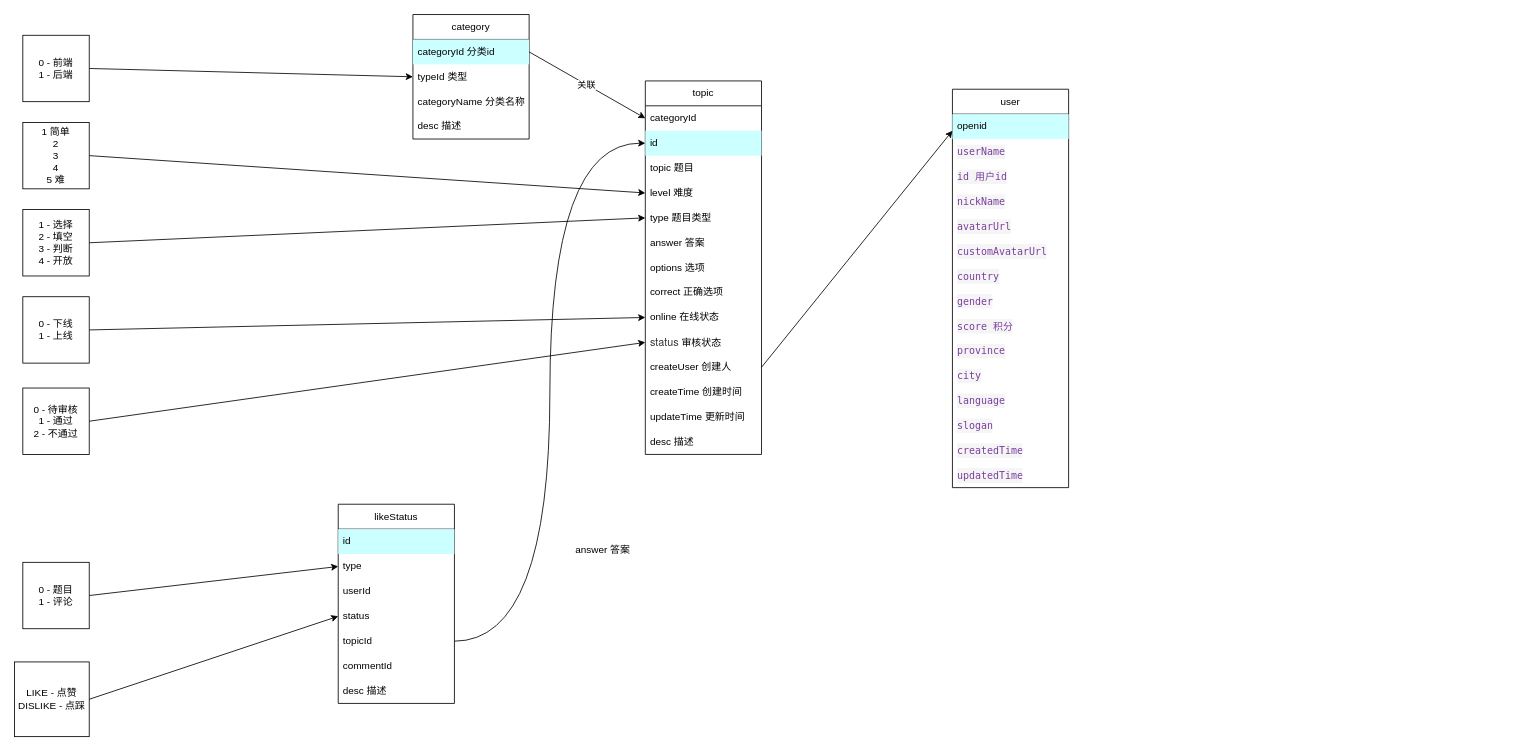
Above: dataModel/model.dio in a835100635/face_server (draw.io), before the change. Source tidied: cells renumbered, new cells numbered last; positions are measured from the earlier drawing's top-left corner, leaving out a move shared by most shapes. Both pictures are drawn from the tidied source at 83%, with x=0, y=0 at pixel (14, 14).
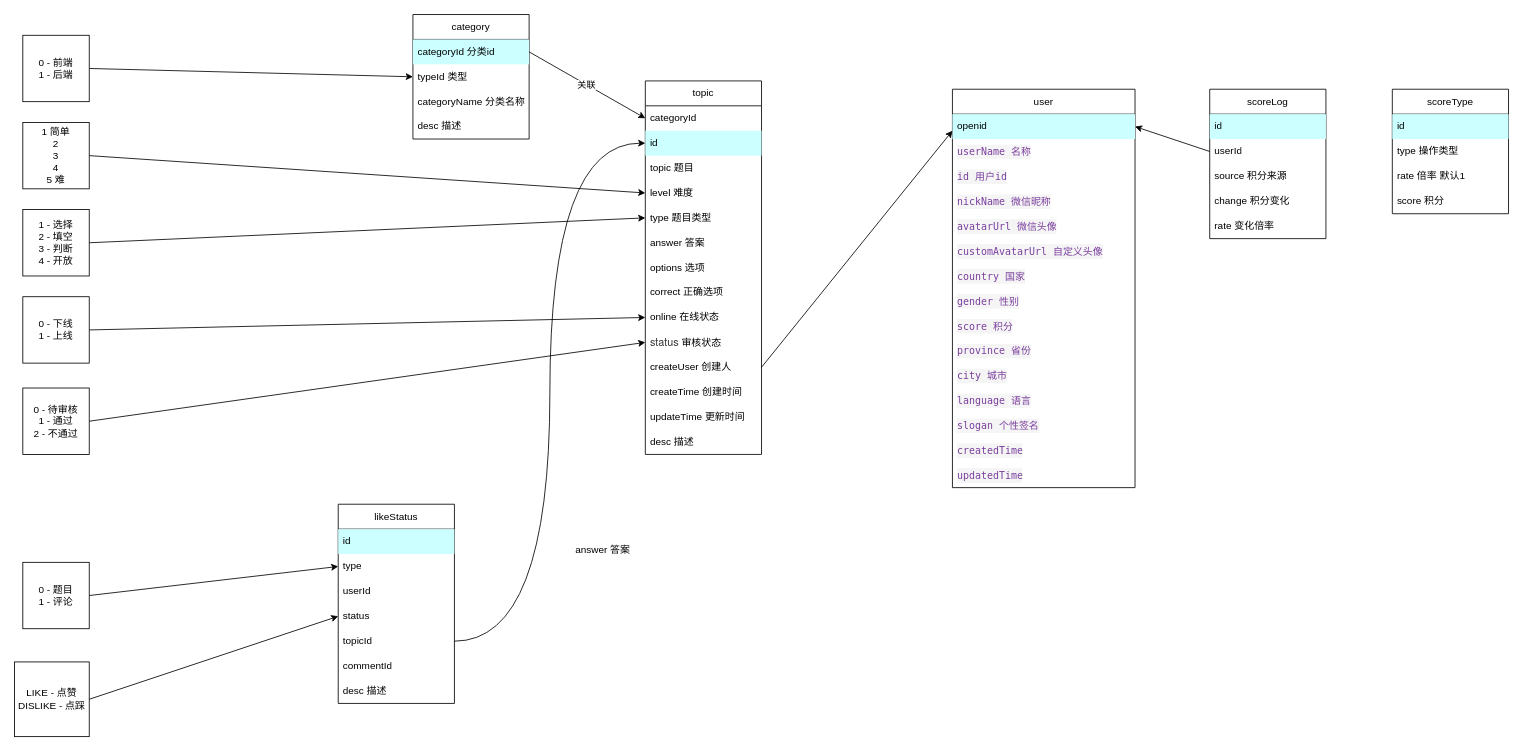
The same diagram, later.

Diff of the diagram source:
```diff
@@
     <mxCell id="48" value="user" style="swimlane;fontStyle=0;horizontal=1;startSize=30;whiteSpace=wrap;html=1;" parent="1" vertex="1">
-      <mxGeometry x="1130" y="90" width="140" height="480" as="geometry" />
+      <mxGeometry x="1130" y="90" width="220" height="480" as="geometry" />
     </mxCell>
     <mxCell id="49" value="openid" style="text;strokeColor=none;fillColor=#CCFFFF;align=left;verticalAlign=middle;spacingLeft=4;spacingRight=4;overflow=hidden;points=[[0,0.5],[1,0.5]];portConstraint=eastwest;whiteSpace=wrap;html=1;" parent="48" vertex="1">
-      <mxGeometry y="30" width="140" height="30" as="geometry" />
+      <mxGeometry y="30" width="220" height="30" as="geometry" />
     </mxCell>
-    <mxCell id="50" value="&lt;div style=&quot;color: rgb(51, 51, 51); background-color: rgb(245, 245, 245); font-family: &amp;quot;JetBrains Mono&amp;quot;, Menlo, Monaco, &amp;quot;Courier New&amp;quot;, monospace, Menlo, Monaco, &amp;quot;Courier New&amp;quot;, monospace; line-height: 18px;&quot;&gt;&lt;span style=&quot;color: #7a3e9d;&quot;&gt;userName&lt;/span&gt;&lt;/div&gt;" style="text;strokeColor=none;fillColor=none;align=left;verticalAlign=middle;spacingLeft=4;spacingRight=4;overflow=hidden;whiteSpace=wrap;html=1;" parent="48" vertex="1">
-      <mxGeometry y="60" width="140" height="30" as="geometry" />
+    <mxCell id="50" value="&lt;div style=&quot;color: rgb(51, 51, 51); background-color: rgb(245, 245, 245); font-family: &amp;quot;JetBrains Mono&amp;quot;, Menlo, Monaco, &amp;quot;Courier New&amp;quot;, monospace, Menlo, Monaco, &amp;quot;Courier New&amp;quot;, monospace; line-height: 18px;&quot;&gt;&lt;span style=&quot;color: #7a3e9d;&quot;&gt;userName 名称&lt;/span&gt;&lt;/div&gt;" style="text;strokeColor=none;fillColor=none;align=left;verticalAlign=middle;spacingLeft=4;spacingRight=4;overflow=hidden;whiteSpace=wrap;html=1;" parent="48" vertex="1">
+      <mxGeometry y="60" width="220" height="30" as="geometry" />
     </mxCell>
     <mxCell id="51" value="&lt;div style=&quot;background-color: rgb(245, 245, 245); font-family: &amp;quot;JetBrains Mono&amp;quot;, Menlo, Monaco, &amp;quot;Courier New&amp;quot;, monospace, Menlo, Monaco, &amp;quot;Courier New&amp;quot;, monospace; line-height: 18px;&quot;&gt;&lt;font color=&quot;#7a3e9d&quot;&gt;id 用户id&lt;/font&gt;&lt;/div&gt;" style="text;strokeColor=none;fillColor=none;align=left;verticalAlign=middle;spacingLeft=4;spacingRight=4;overflow=hidden;whiteSpace=wrap;html=1;" parent="48" vertex="1">
-      <mxGeometry y="90" width="140" height="30" as="geometry" />
+      <mxGeometry y="90" width="220" height="30" as="geometry" />
     </mxCell>
-    <mxCell id="52" value="&lt;div style=&quot;color: rgb(51, 51, 51); background-color: rgb(245, 245, 245); font-family: &amp;quot;JetBrains Mono&amp;quot;, Menlo, Monaco, &amp;quot;Courier New&amp;quot;, monospace, Menlo, Monaco, &amp;quot;Courier New&amp;quot;, monospace; line-height: 18px;&quot;&gt;&lt;span style=&quot;color: #7a3e9d;&quot;&gt;nickName&lt;/span&gt;&lt;/div&gt;" style="text;strokeColor=none;fillColor=none;align=left;verticalAlign=middle;spacingLeft=4;spacingRight=4;overflow=hidden;whiteSpace=wrap;html=1;" parent="48" vertex="1">
-      <mxGeometry y="120" width="140" height="30" as="geometry" />
+    <mxCell id="52" value="&lt;div style=&quot;color: rgb(51, 51, 51); background-color: rgb(245, 245, 245); font-family: &amp;quot;JetBrains Mono&amp;quot;, Menlo, Monaco, &amp;quot;Courier New&amp;quot;, monospace, Menlo, Monaco, &amp;quot;Courier New&amp;quot;, monospace; line-height: 18px;&quot;&gt;&lt;span style=&quot;color: #7a3e9d;&quot;&gt;nickName 微信昵称&lt;/span&gt;&lt;/div&gt;" style="text;strokeColor=none;fillColor=none;align=left;verticalAlign=middle;spacingLeft=4;spacingRight=4;overflow=hidden;whiteSpace=wrap;html=1;" parent="48" vertex="1">
+      <mxGeometry y="120" width="220" height="30" as="geometry" />
     </mxCell>
-    <mxCell id="53" value="&lt;div style=&quot;color: rgb(51, 51, 51); background-color: rgb(245, 245, 245); font-family: &amp;quot;JetBrains Mono&amp;quot;, Menlo, Monaco, &amp;quot;Courier New&amp;quot;, monospace, Menlo, Monaco, &amp;quot;Courier New&amp;quot;, monospace; line-height: 18px;&quot;&gt;&lt;span style=&quot;color: #7a3e9d;&quot;&gt;avatarUrl&lt;/span&gt;&lt;/div&gt;" style="text;strokeColor=none;fillColor=none;align=left;verticalAlign=middle;spacingLeft=4;spacingRight=4;overflow=hidden;whiteSpace=wrap;html=1;" parent="48" vertex="1">
-      <mxGeometry y="150" width="140" height="30" as="geometry" />
+    <mxCell id="53" value="&lt;div style=&quot;color: rgb(51, 51, 51); background-color: rgb(245, 245, 245); font-family: &amp;quot;JetBrains Mono&amp;quot;, Menlo, Monaco, &amp;quot;Courier New&amp;quot;, monospace, Menlo, Monaco, &amp;quot;Courier New&amp;quot;, monospace; line-height: 18px;&quot;&gt;&lt;span style=&quot;color: #7a3e9d;&quot;&gt;avatarUrl 微信头像&lt;/span&gt;&lt;/div&gt;" style="text;strokeColor=none;fillColor=none;align=left;verticalAlign=middle;spacingLeft=4;spacingRight=4;overflow=hidden;whiteSpace=wrap;html=1;" parent="48" vertex="1">
+      <mxGeometry y="150" width="220" height="30" as="geometry" />
     </mxCell>
-    <mxCell id="54" value="&lt;div style=&quot;color: rgb(51, 51, 51); background-color: rgb(245, 245, 245); font-family: &amp;quot;JetBrains Mono&amp;quot;, Menlo, Monaco, &amp;quot;Courier New&amp;quot;, monospace, Menlo, Monaco, &amp;quot;Courier New&amp;quot;, monospace; line-height: 18px;&quot;&gt;&lt;div style=&quot;line-height: 18px;&quot;&gt;&lt;span style=&quot;color: #7a3e9d;&quot;&gt;customAvatarUrl&lt;/span&gt;&lt;/div&gt;&lt;/div&gt;" style="text;strokeColor=none;fillColor=none;align=left;verticalAlign=middle;spacingLeft=4;spacingRight=4;overflow=hidden;whiteSpace=wrap;html=1;" parent="48" vertex="1">
-      <mxGeometry y="180" width="140" height="30" as="geometry" />
+    <mxCell id="54" value="&lt;div style=&quot;color: rgb(51, 51, 51); background-color: rgb(245, 245, 245); font-family: &amp;quot;JetBrains Mono&amp;quot;, Menlo, Monaco, &amp;quot;Courier New&amp;quot;, monospace, Menlo, Monaco, &amp;quot;Courier New&amp;quot;, monospace; line-height: 18px;&quot;&gt;&lt;div style=&quot;line-height: 18px;&quot;&gt;&lt;span style=&quot;color: #7a3e9d;&quot;&gt;customAvatarUrl 自定义头像&lt;/span&gt;&lt;/div&gt;&lt;/div&gt;" style="text;strokeColor=none;fillColor=none;align=left;verticalAlign=middle;spacingLeft=4;spacingRight=4;overflow=hidden;whiteSpace=wrap;html=1;" parent="48" vertex="1">
+      <mxGeometry y="180" width="220" height="30" as="geometry" />
     </mxCell>
-    <mxCell id="55" value="&lt;div style=&quot;color: rgb(51, 51, 51); background-color: rgb(245, 245, 245); font-family: &amp;quot;JetBrains Mono&amp;quot;, Menlo, Monaco, &amp;quot;Courier New&amp;quot;, monospace, Menlo, Monaco, &amp;quot;Courier New&amp;quot;, monospace; line-height: 18px;&quot;&gt;&lt;span style=&quot;color: #7a3e9d;&quot;&gt;country&lt;/span&gt;&lt;/div&gt;" style="text;strokeColor=none;fillColor=none;align=left;verticalAlign=middle;spacingLeft=4;spacingRight=4;overflow=hidden;whiteSpace=wrap;html=1;" parent="48" vertex="1">
-      <mxGeometry y="210" width="140" height="30" as="geometry" />
+    <mxCell id="55" value="&lt;div style=&quot;color: rgb(51, 51, 51); background-color: rgb(245, 245, 245); font-family: &amp;quot;JetBrains Mono&amp;quot;, Menlo, Monaco, &amp;quot;Courier New&amp;quot;, monospace, Menlo, Monaco, &amp;quot;Courier New&amp;quot;, monospace; line-height: 18px;&quot;&gt;&lt;span style=&quot;color: #7a3e9d;&quot;&gt;country 国家&lt;/span&gt;&lt;/div&gt;" style="text;strokeColor=none;fillColor=none;align=left;verticalAlign=middle;spacingLeft=4;spacingRight=4;overflow=hidden;whiteSpace=wrap;html=1;" parent="48" vertex="1">
+      <mxGeometry y="210" width="220" height="30" as="geometry" />
     </mxCell>
-    <mxCell id="56" value="&lt;div style=&quot;color: rgb(51, 51, 51); background-color: rgb(245, 245, 245); font-family: &amp;quot;JetBrains Mono&amp;quot;, Menlo, Monaco, &amp;quot;Courier New&amp;quot;, monospace, Menlo, Monaco, &amp;quot;Courier New&amp;quot;, monospace; line-height: 18px;&quot;&gt;&lt;span style=&quot;color: #7a3e9d;&quot;&gt;gender&lt;/span&gt;&lt;/div&gt;" style="text;strokeColor=none;fillColor=none;align=left;verticalAlign=middle;spacingLeft=4;spacingRight=4;overflow=hidden;whiteSpace=wrap;html=1;" parent="48" vertex="1">
-      <mxGeometry y="240" width="140" height="30" as="geometry" />
+    <mxCell id="56" value="&lt;div style=&quot;color: rgb(51, 51, 51); background-color: rgb(245, 245, 245); font-family: &amp;quot;JetBrains Mono&amp;quot;, Menlo, Monaco, &amp;quot;Courier New&amp;quot;, monospace, Menlo, Monaco, &amp;quot;Courier New&amp;quot;, monospace; line-height: 18px;&quot;&gt;&lt;span style=&quot;color: #7a3e9d;&quot;&gt;gender 性别&lt;/span&gt;&lt;/div&gt;" style="text;strokeColor=none;fillColor=none;align=left;verticalAlign=middle;spacingLeft=4;spacingRight=4;overflow=hidden;whiteSpace=wrap;html=1;" parent="48" vertex="1">
+      <mxGeometry y="240" width="220" height="30" as="geometry" />
     </mxCell>
     <mxCell id="57" value="&lt;div style=&quot;background-color: rgb(245, 245, 245); font-family: &amp;quot;JetBrains Mono&amp;quot;, Menlo, Monaco, &amp;quot;Courier New&amp;quot;, monospace, Menlo, Monaco, &amp;quot;Courier New&amp;quot;, monospace; line-height: 18px;&quot;&gt;&lt;font color=&quot;#7a3e9d&quot;&gt;score 积分&lt;/font&gt;&lt;/div&gt;" style="text;strokeColor=none;fillColor=none;align=left;verticalAlign=middle;spacingLeft=4;spacingRight=4;overflow=hidden;whiteSpace=wrap;html=1;" parent="48" vertex="1">
-      <mxGeometry y="270" width="140" height="30" as="geometry" />
+      <mxGeometry y="270" width="220" height="30" as="geometry" />
     </mxCell>
-    <mxCell id="58" value="&lt;div style=&quot;color: rgb(51, 51, 51); background-color: rgb(245, 245, 245); font-family: &amp;quot;JetBrains Mono&amp;quot;, Menlo, Monaco, &amp;quot;Courier New&amp;quot;, monospace, Menlo, Monaco, &amp;quot;Courier New&amp;quot;, monospace; line-height: 18px;&quot;&gt;&lt;span style=&quot;color: #7a3e9d;&quot;&gt;province&lt;/span&gt;&lt;/div&gt;" style="text;strokeColor=none;fillColor=none;align=left;verticalAlign=middle;spacingLeft=4;spacingRight=4;overflow=hidden;whiteSpace=wrap;html=1;" parent="48" vertex="1">
-      <mxGeometry y="300" width="140" height="30" as="geometry" />
+    <mxCell id="58" value="&lt;div style=&quot;color: rgb(51, 51, 51); background-color: rgb(245, 245, 245); font-family: &amp;quot;JetBrains Mono&amp;quot;, Menlo, Monaco, &amp;quot;Courier New&amp;quot;, monospace, Menlo, Monaco, &amp;quot;Courier New&amp;quot;, monospace; line-height: 18px;&quot;&gt;&lt;span style=&quot;color: #7a3e9d;&quot;&gt;province 省份&lt;/span&gt;&lt;/div&gt;" style="text;strokeColor=none;fillColor=none;align=left;verticalAlign=middle;spacingLeft=4;spacingRight=4;overflow=hidden;whiteSpace=wrap;html=1;" parent="48" vertex="1">
+      <mxGeometry y="300" width="220" height="30" as="geometry" />
     </mxCell>
-    <mxCell id="59" value="&lt;div style=&quot;color: rgb(51, 51, 51); background-color: rgb(245, 245, 245); font-family: &amp;quot;JetBrains Mono&amp;quot;, Menlo, Monaco, &amp;quot;Courier New&amp;quot;, monospace, Menlo, Monaco, &amp;quot;Courier New&amp;quot;, monospace; line-height: 18px;&quot;&gt;&lt;span style=&quot;color: #7a3e9d;&quot;&gt;city&lt;/span&gt;&lt;/div&gt;" style="text;strokeColor=none;fillColor=none;align=left;verticalAlign=middle;spacingLeft=4;spacingRight=4;overflow=hidden;whiteSpace=wrap;html=1;" parent="48" vertex="1">
-      <mxGeometry y="330" width="140" height="30" as="geometry" />
+    <mxCell id="59" value="&lt;div style=&quot;background-color: rgb(245, 245, 245); font-family: &amp;quot;JetBrains Mono&amp;quot;, Menlo, Monaco, &amp;quot;Courier New&amp;quot;, monospace, Menlo, Monaco, &amp;quot;Courier New&amp;quot;, monospace; line-height: 18px; color: rgb(51, 51, 51);&quot;&gt;&lt;span style=&quot;color: #7a3e9d;&quot;&gt;city 城市&lt;/span&gt;&lt;/div&gt;" style="text;strokeColor=none;fillColor=none;align=left;verticalAlign=middle;spacingLeft=4;spacingRight=4;overflow=hidden;whiteSpace=wrap;html=1;" parent="48" vertex="1">
+      <mxGeometry y="330" width="220" height="30" as="geometry" />
     </mxCell>
-    <mxCell id="60" value="&lt;div style=&quot;color: rgb(51, 51, 51); background-color: rgb(245, 245, 245); font-family: &amp;quot;JetBrains Mono&amp;quot;, Menlo, Monaco, &amp;quot;Courier New&amp;quot;, monospace, Menlo, Monaco, &amp;quot;Courier New&amp;quot;, monospace; line-height: 18px;&quot;&gt;&lt;span style=&quot;color: #7a3e9d;&quot;&gt;language&lt;/span&gt;&lt;/div&gt;" style="text;strokeColor=none;fillColor=none;align=left;verticalAlign=middle;spacingLeft=4;spacingRight=4;overflow=hidden;whiteSpace=wrap;html=1;" parent="48" vertex="1">
-      <mxGeometry y="360" width="140" height="30" as="geometry" />
+    <mxCell id="60" value="&lt;div style=&quot;color: rgb(51, 51, 51); background-color: rgb(245, 245, 245); font-family: &amp;quot;JetBrains Mono&amp;quot;, Menlo, Monaco, &amp;quot;Courier New&amp;quot;, monospace, Menlo, Monaco, &amp;quot;Courier New&amp;quot;, monospace; line-height: 18px;&quot;&gt;&lt;span style=&quot;color: #7a3e9d;&quot;&gt;language 语言&lt;/span&gt;&lt;/div&gt;" style="text;strokeColor=none;fillColor=none;align=left;verticalAlign=middle;spacingLeft=4;spacingRight=4;overflow=hidden;whiteSpace=wrap;html=1;" parent="48" vertex="1">
+      <mxGeometry y="360" width="220" height="30" as="geometry" />
     </mxCell>
-    <mxCell id="61" value="&lt;div style=&quot;background-color: rgb(245, 245, 245); font-family: &amp;quot;JetBrains Mono&amp;quot;, Menlo, Monaco, &amp;quot;Courier New&amp;quot;, monospace, Menlo, Monaco, &amp;quot;Courier New&amp;quot;, monospace; line-height: 18px;&quot;&gt;&lt;font color=&quot;#7a3e9d&quot;&gt;slogan&lt;/font&gt;&lt;/div&gt;" style="text;strokeColor=none;fillColor=none;align=left;verticalAlign=middle;spacingLeft=4;spacingRight=4;overflow=hidden;whiteSpace=wrap;html=1;" parent="48" vertex="1">
-      <mxGeometry y="390" width="140" height="30" as="geometry" />
+    <mxCell id="61" value="&lt;div style=&quot;background-color: rgb(245, 245, 245); font-family: &amp;quot;JetBrains Mono&amp;quot;, Menlo, Monaco, &amp;quot;Courier New&amp;quot;, monospace, Menlo, Monaco, &amp;quot;Courier New&amp;quot;, monospace; line-height: 18px;&quot;&gt;&lt;font color=&quot;#7a3e9d&quot;&gt;slogan 个性签名&lt;/font&gt;&lt;/div&gt;" style="text;strokeColor=none;fillColor=none;align=left;verticalAlign=middle;spacingLeft=4;spacingRight=4;overflow=hidden;whiteSpace=wrap;html=1;" parent="48" vertex="1">
+      <mxGeometry y="390" width="220" height="30" as="geometry" />
     </mxCell>
     <mxCell id="62" value="&lt;div style=&quot;color: rgb(51, 51, 51); background-color: rgb(245, 245, 245); font-family: &amp;quot;JetBrains Mono&amp;quot;, Menlo, Monaco, &amp;quot;Courier New&amp;quot;, monospace, Menlo, Monaco, &amp;quot;Courier New&amp;quot;, monospace; line-height: 18px;&quot;&gt;&lt;span style=&quot;color: #7a3e9d;&quot;&gt;createdTime&lt;/span&gt;&lt;/div&gt;" style="text;strokeColor=none;fillColor=none;align=left;verticalAlign=middle;spacingLeft=4;spacingRight=4;overflow=hidden;whiteSpace=wrap;html=1;" parent="48" vertex="1">
-      <mxGeometry y="420" width="140" height="30" as="geometry" />
+      <mxGeometry y="420" width="220" height="30" as="geometry" />
     </mxCell>
     <mxCell id="63" value="&lt;div style=&quot;color: rgb(51, 51, 51); background-color: rgb(245, 245, 245); font-family: &amp;quot;JetBrains Mono&amp;quot;, Menlo, Monaco, &amp;quot;Courier New&amp;quot;, monospace, Menlo, Monaco, &amp;quot;Courier New&amp;quot;, monospace; line-height: 18px;&quot;&gt;&lt;span style=&quot;color: #7a3e9d;&quot;&gt;updatedTime&lt;/span&gt;&lt;/div&gt;" style="text;strokeColor=none;fillColor=none;align=left;verticalAlign=middle;spacingLeft=4;spacingRight=4;overflow=hidden;whiteSpace=wrap;html=1;" parent="48" vertex="1">
-      <mxGeometry y="450" width="140" height="30" as="geometry" />
+      <mxGeometry y="450" width="220" height="30" as="geometry" />
     </mxCell>
@@
+    <mxCell id="65" value="scoreLog" style="swimlane;fontStyle=0;horizontal=1;startSize=30;whiteSpace=wrap;html=1;" parent="1" vertex="1">
+      <mxGeometry x="1440" y="90" width="140" height="180" as="geometry" />
+    </mxCell>
+    <mxCell id="66" value="id" style="text;strokeColor=none;fillColor=#CCFFFF;align=left;verticalAlign=middle;spacingLeft=4;spacingRight=4;overflow=hidden;whiteSpace=wrap;html=1;" parent="65" vertex="1">
+      <mxGeometry y="30" width="140" height="30" as="geometry" />
+    </mxCell>
+    <mxCell id="67" value="userId" style="text;strokeColor=none;fillColor=none;align=left;verticalAlign=middle;spacingLeft=4;spacingRight=4;overflow=hidden;points=[[0,0.5],[1,0.5]];portConstraint=eastwest;whiteSpace=wrap;html=1;" parent="65" vertex="1">
+      <mxGeometry y="60" width="140" height="30" as="geometry" />
+    </mxCell>
+    <mxCell id="68" value="source 积分来源" style="text;strokeColor=none;fillColor=none;align=left;verticalAlign=middle;spacingLeft=4;spacingRight=4;overflow=hidden;whiteSpace=wrap;html=1;" parent="65" vertex="1">
+      <mxGeometry y="90" width="140" height="30" as="geometry" />
+    </mxCell>
+    <mxCell id="69" value="change 积分变化" style="text;strokeColor=none;fillColor=none;align=left;verticalAlign=middle;spacingLeft=4;spacingRight=4;overflow=hidden;whiteSpace=wrap;html=1;" parent="65" vertex="1">
+      <mxGeometry y="120" width="140" height="30" as="geometry" />
+    </mxCell>
+    <mxCell id="70" value="rate 变化倍率" style="text;strokeColor=none;fillColor=none;align=left;verticalAlign=middle;spacingLeft=4;spacingRight=4;overflow=hidden;whiteSpace=wrap;html=1;" parent="65" vertex="1">
+      <mxGeometry y="150" width="140" height="30" as="geometry" />
+    </mxCell>
+    <mxCell id="71" style="edgeStyle=none;html=1;exitX=0;exitY=0.5;exitDx=0;exitDy=0;entryX=1;entryY=0.5;entryDx=0;entryDy=0;" parent="1" edge="1" source="67" target="49">
+      <mxGeometry relative="1" as="geometry" />
+    </mxCell>
+    <mxCell id="72" value="scoreType" style="swimlane;fontStyle=0;horizontal=1;startSize=30;whiteSpace=wrap;html=1;" parent="1" vertex="1">
+      <mxGeometry x="1660" y="90" width="140" height="150" as="geometry" />
+    </mxCell>
+    <mxCell id="73" value="id" style="text;strokeColor=none;fillColor=#CCFFFF;align=left;verticalAlign=middle;spacingLeft=4;spacingRight=4;overflow=hidden;whiteSpace=wrap;html=1;" parent="72" vertex="1">
+      <mxGeometry y="30" width="140" height="30" as="geometry" />
+    </mxCell>
+    <mxCell id="74" value="type 操作类型" style="text;strokeColor=none;fillColor=none;align=left;verticalAlign=middle;spacingLeft=4;spacingRight=4;overflow=hidden;whiteSpace=wrap;html=1;" parent="72" vertex="1">
+      <mxGeometry y="60" width="140" height="30" as="geometry" />
+    </mxCell>
+    <mxCell id="75" value="rate 倍率 默认1" style="text;strokeColor=none;fillColor=none;align=left;verticalAlign=middle;spacingLeft=4;spacingRight=4;overflow=hidden;whiteSpace=wrap;html=1;" parent="72" vertex="1">
+      <mxGeometry y="90" width="140" height="30" as="geometry" />
+    </mxCell>
+    <mxCell id="76" value="score 积分" style="text;strokeColor=none;fillColor=none;align=left;verticalAlign=middle;spacingLeft=4;spacingRight=4;overflow=hidden;whiteSpace=wrap;html=1;" parent="72" vertex="1">
+      <mxGeometry y="120" width="140" height="30" as="geometry" />
+    </mxCell>
```
